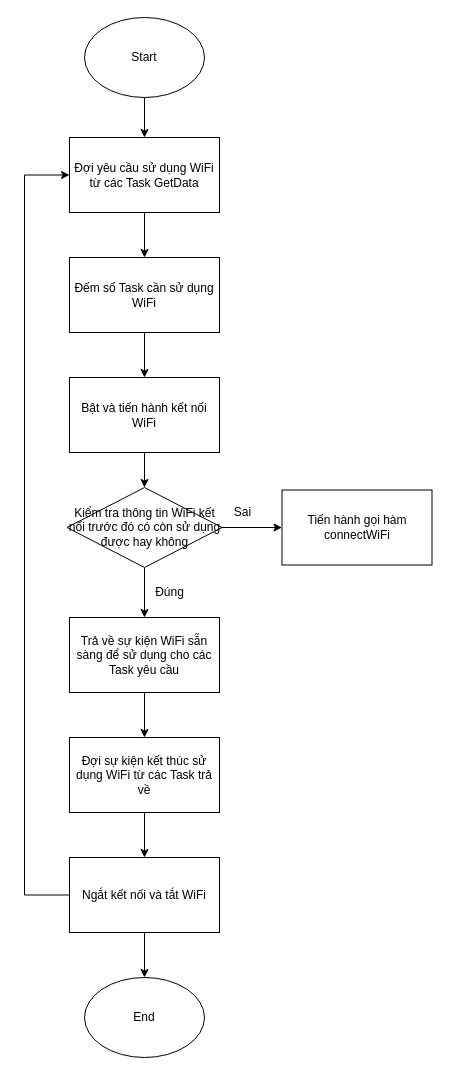
Earlier version of the draw.io diagram page "WiFi Handle" (8 of 10) of chart-diagram.drawio (otaros/CE232). Source tidied: cells renumbered, new cells numbered last; positions are measured from the earlier drawing's top-left corner, leaving out a move shared by most shapes. Both pictures are drawn from the tidied source at 100%, with x=0, y=0 at pixel (24, 17).
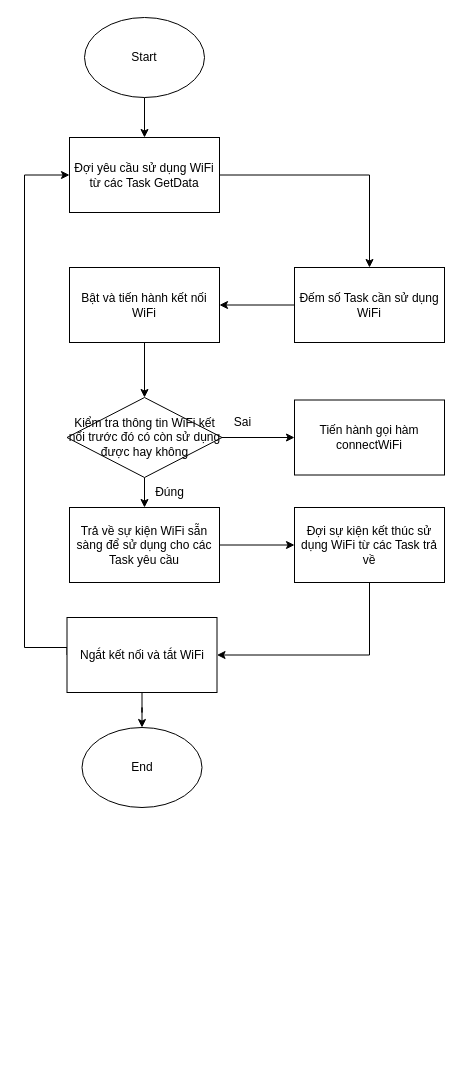
Above is the later version.

Unchanged cells that the change refers to:
```xml
<mxCell id="5" value="Đợi yêu cầu sử dụng WiFi từ các Task GetData" style="rounded=0;whiteSpace=wrap;html=1;gradientColor=none;" parent="1" vertex="1">
  <mxGeometry x="45" y="120" width="150" height="75" as="geometry" />
</mxCell>
```

The edit, as a diff of the source:
```diff
@@
     <mxCell id="7" value="Đếm số Task cần sử dụng WiFi" style="rounded=0;whiteSpace=wrap;html=1;gradientColor=none;" parent="1" vertex="1">
-      <mxGeometry x="45" y="240" width="150" height="75" as="geometry" />
+      <mxGeometry x="270" y="250" width="150" height="75" as="geometry" />
     </mxCell>
@@
     <mxCell id="9" value="Bật và tiến hành kết nối WiFi" style="rounded=0;whiteSpace=wrap;html=1;gradientColor=none;" parent="1" vertex="1">
-      <mxGeometry x="45" y="360" width="150" height="75" as="geometry" />
+      <mxGeometry x="45" y="250" width="150" height="75" as="geometry" />
     </mxCell>
     <mxCell id="10" value="Tiến hành gọi hàm connectWiFi" style="rounded=0;whiteSpace=wrap;html=1;gradientColor=none;" parent="1" vertex="1">
-      <mxGeometry x="257.5" y="472.5" width="150" height="75" as="geometry" />
+      <mxGeometry x="270" y="382.5" width="150" height="75" as="geometry" />
     </mxCell>
@@
     <mxCell id="13" value="Kiểm tra thông tin WiFi kết nối trước đó có còn sử dụng được hay không" style="rhombus;whiteSpace=wrap;html=1;" parent="1" vertex="1">
-      <mxGeometry x="42.5" y="470" width="155" height="80" as="geometry" />
+      <mxGeometry x="42.5" y="380" width="155" height="80" as="geometry" />
     </mxCell>
     <mxCell id="14" value="Sai" style="text;html=1;align=center;verticalAlign=middle;strokeColor=none;fillColor=none;" parent="1" vertex="1">
-      <mxGeometry x="197.5" y="480" width="40" height="30" as="geometry" />
+      <mxGeometry x="197.5" y="390" width="40" height="30" as="geometry" />
     </mxCell>
     <mxCell id="15" value="Đúng" style="text;html=1;align=center;verticalAlign=middle;strokeColor=none;fillColor=none;" parent="1" vertex="1">
-      <mxGeometry x="120" y="560" width="50" height="30" as="geometry" />
+      <mxGeometry x="120" y="460" width="50" height="30" as="geometry" />
     </mxCell>
@@
     <mxCell id="17" value="Trả về sự kiện WiFi sẵn sàng để sử dụng cho các Task yêu cầu" style="rounded=0;whiteSpace=wrap;html=1;gradientColor=none;" parent="1" vertex="1">
-      <mxGeometry x="45" y="600" width="150" height="75" as="geometry" />
+      <mxGeometry x="45" y="490" width="150" height="75" as="geometry" />
     </mxCell>
-    <mxCell id="18" style="edgeStyle=orthogonalEdgeStyle;rounded=0;jettySize=auto;html=1;entryX=0.5;entryY=0;entryDx=0;entryDy=0;" parent="1" edge="1" source="19" target="22">
+    <mxCell id="18" style="edgeStyle=orthogonalEdgeStyle;rounded=0;jettySize=auto;html=1;entryX=1;entryY=0.5;entryDx=0;entryDy=0;exitX=0.5;exitY=1;exitDx=0;exitDy=0;" parent="1" edge="1" source="19" target="22">
       <mxGeometry relative="1" as="geometry" />
     </mxCell>
     <mxCell id="19" value="Đợi sự kiện kết thúc sử dụng WiFi từ các Task trả về" style="rounded=0;whiteSpace=wrap;html=1;gradientColor=none;" parent="1" vertex="1">
-      <mxGeometry x="45" y="720" width="150" height="75" as="geometry" />
+      <mxGeometry x="270" y="490" width="150" height="75" as="geometry" />
     </mxCell>
@@
-    <mxCell id="21" style="edgeStyle=orthogonalEdgeStyle;rounded=0;jettySize=auto;html=1;entryX=0;entryY=0.5;entryDx=0;entryDy=0;" parent="1" edge="1" source="22" target="5">
+    <mxCell id="21" style="edgeStyle=orthogonalEdgeStyle;rounded=0;jettySize=auto;html=1;entryX=0;entryY=0.5;entryDx=0;entryDy=0;exitX=0;exitY=0.5;exitDx=0;exitDy=0;" parent="1" edge="1" source="22" target="5">
       <mxGeometry relative="1" as="geometry">
         <Array as="points">
-          <mxPoint y="878" />
+          <mxPoint x="43" y="630" />
+          <mxPoint y="630" />
           <mxPoint y="158" />
         </Array>
       </mxGeometry>
     </mxCell>
     <mxCell id="22" value="Ngắt kết nối và tắt WiFi" style="rounded=0;whiteSpace=wrap;html=1;gradientColor=none;" parent="1" vertex="1">
-      <mxGeometry x="45" y="840" width="150" height="75" as="geometry" />
+      <mxGeometry x="42.5" y="600" width="150" height="75" as="geometry" />
     </mxCell>
     <mxCell id="23" value="End" style="ellipse;whiteSpace=wrap;html=1;" parent="1" vertex="1">
-      <mxGeometry x="60" y="960" width="120" height="80" as="geometry" />
+      <mxGeometry x="57.5" y="710" width="120" height="80" as="geometry" />
     </mxCell>
```
